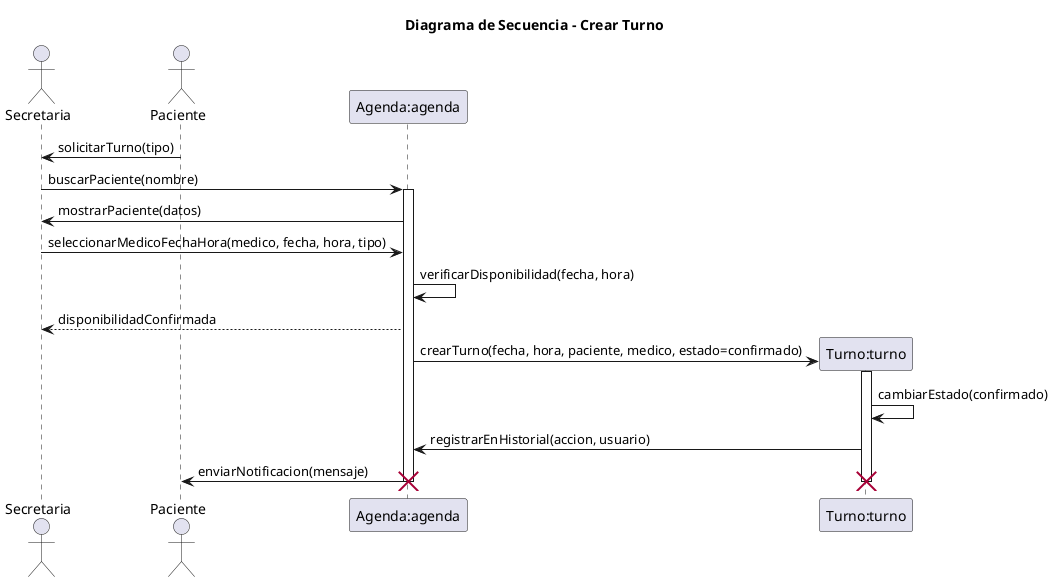
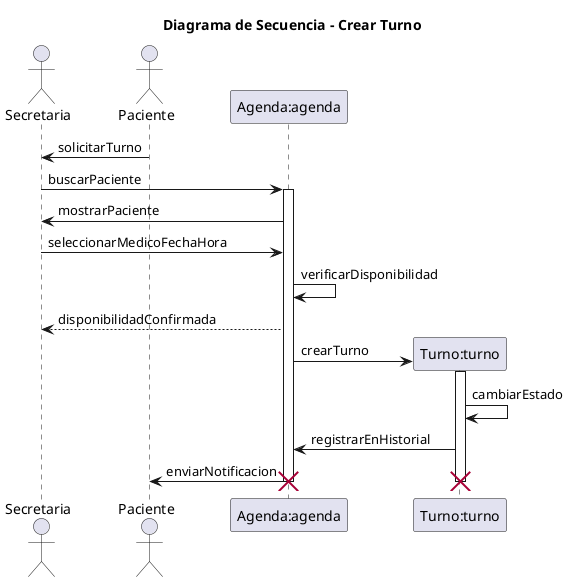
- @startuml 05-diagrama-secuencia-crear-turno-01
+ @startuml 05-secuencia-crear-turno-01

title Diagrama de Secuencia - Crear Turno
' Nombre del escenario: Crear Turno - Flujo Principal
' Archivo: diagramas/03-escenarios-casos-de-uso/03-crear-turno-flujo-principal.md
' Objetivo: Representar la creación exitosa de un turno de control médico, involucrando secretaria, paciente y sistema, basado en responsabilidades de CRC (Secretaria gestiona turnos, Agenda registra disponibilidad, Turno asigna a paciente y médico).

actor Secretaria as secretaria
actor Paciente as paciente
participant "Agenda:agenda" as agenda
participant "Turno:turno" as turno

- paciente -> secretaria: solicitarTurno(tipo)
+ paciente -> secretaria: solicitarTurno

- secretaria -> agenda: buscarPaciente(nombre)
+ secretaria -> agenda: buscarPaciente
activate agenda

- agenda -> secretaria: mostrarPaciente(datos)
- secretaria -> agenda: seleccionarMedicoFechaHora(medico, fecha, hora, tipo)
+ agenda -> secretaria: mostrarPaciente
+ secretaria -> agenda: seleccionarMedicoFechaHora

- agenda -> agenda: verificarDisponibilidad(fecha, hora)
+ agenda -> agenda: verificarDisponibilidad
agenda --> secretaria: disponibilidadConfirmada

create turno
- agenda -> turno: crearTurno(fecha, hora, paciente, medico, estado=confirmado)
+ agenda -> turno: crearTurno
activate turno

- turno -> turno: cambiarEstado(confirmado)
- turno -> agenda: registrarEnHistorial(accion, usuario)
+ turno -> turno: cambiarEstado
+ turno -> agenda: registrarEnHistorial

- agenda -> paciente: enviarNotificacion(mensaje)
+ agenda -> paciente: enviarNotificacion

deactivate turno
deactivate agenda

destroy turno
destroy agenda

@enduml